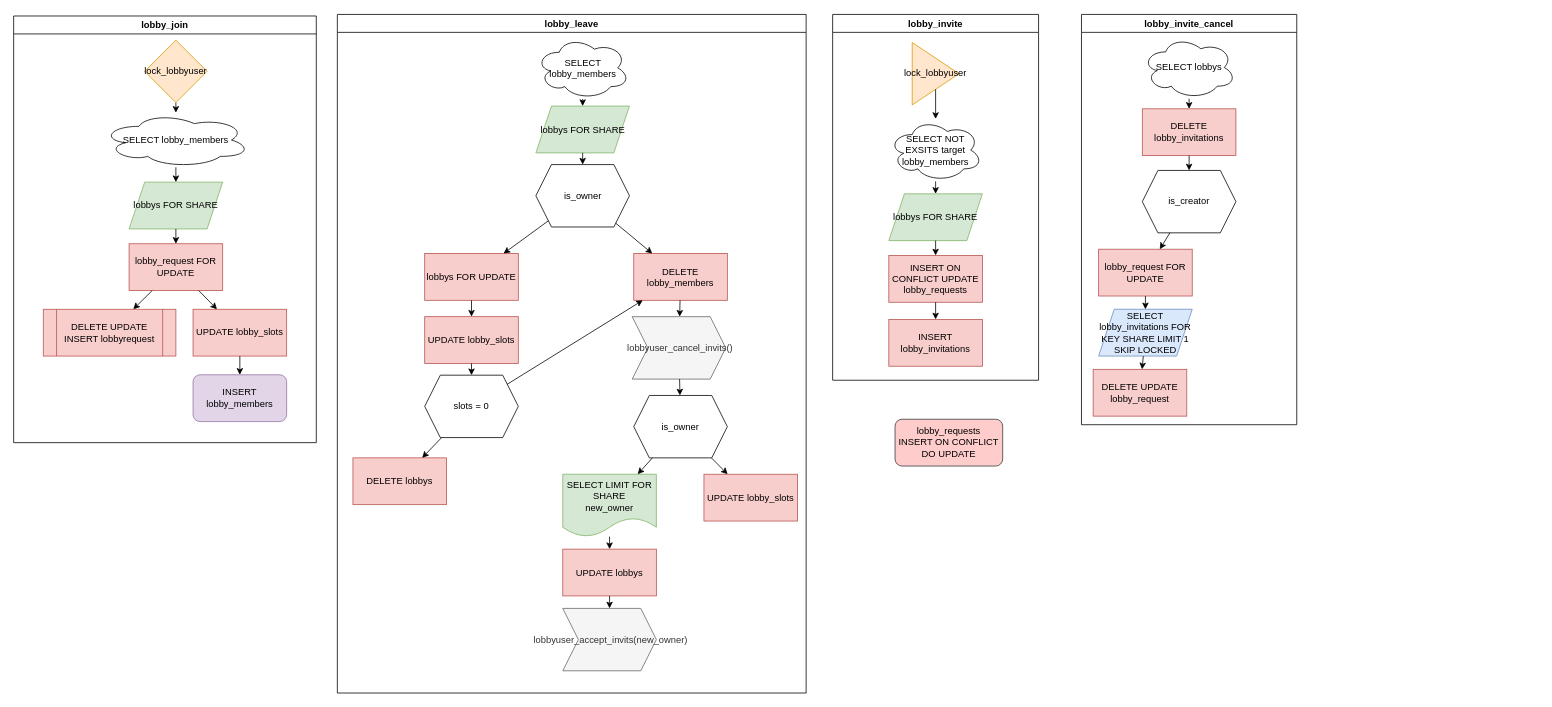
papawou/o_7 keeps this draw.io diagram as _bin/diagrams/locks.drawio. Above is the earlier version. Source tidied: cells renumbered, new cells numbered last; positions are measured from the earlier drawing's top-left corner, leaving out a move shared by most shapes. Both pictures are drawn from the tidied source at 78%, with x=0, y=0 at pixel (13, 14).
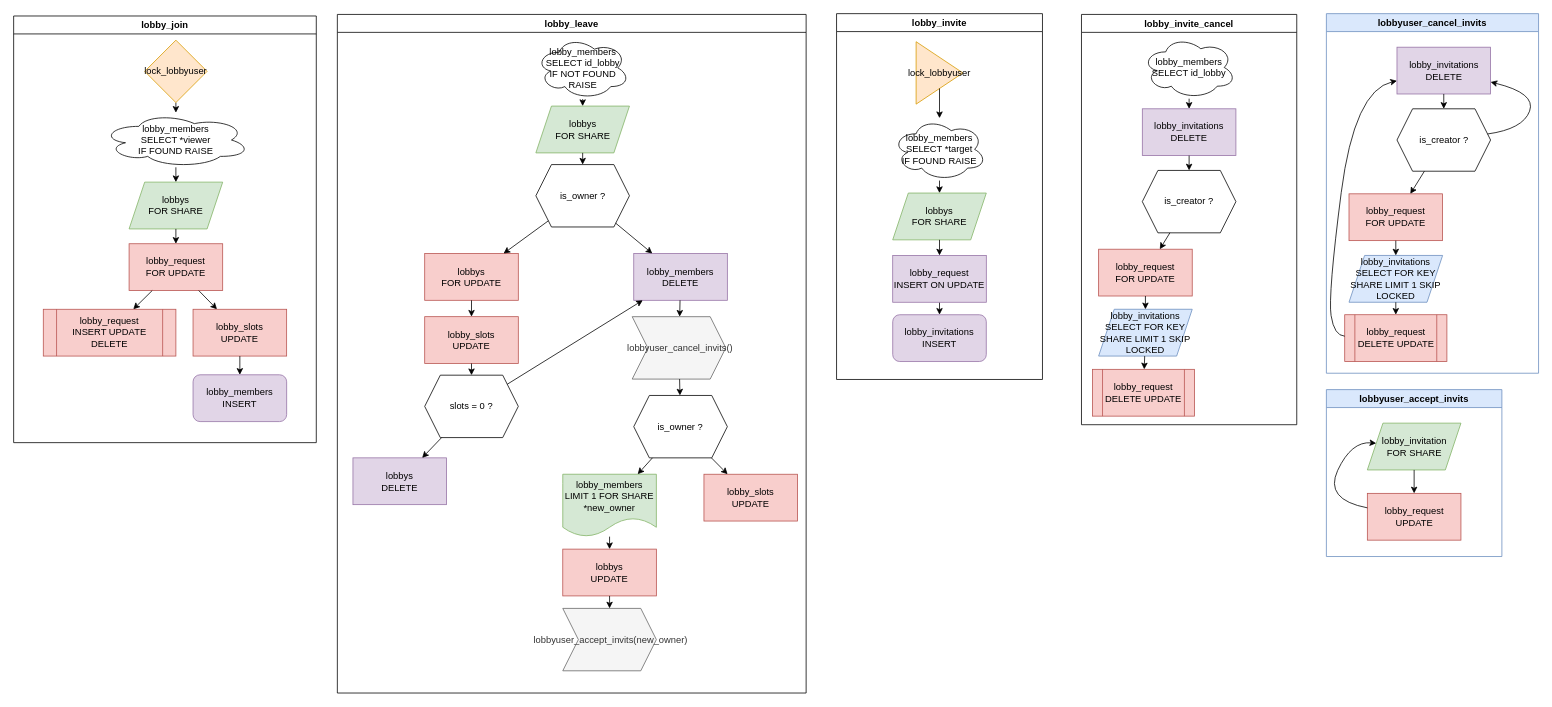
Above is the later version.

The change refers to these unchanged cells:
```xml
<mxCell id="2" value="lobby_join" style="swimlane;" parent="1" vertex="1">
  <mxGeometry y="2" width="388" height="547" as="geometry" />
</mxCell>
<mxCell id="16" value="lobby_leave" style="swimlane;" parent="1" vertex="1">
  <mxGeometry x="415" width="601" height="870" as="geometry" />
</mxCell>
<mxCell id="55" value="lobby_invite_cancel" style="swimlane;strokeColor=default;fillColor=default;" parent="1" vertex="1">
  <mxGeometry x="1369" width="276" height="526" as="geometry" />
</mxCell>
```

The edit, as a diff of the source:
```diff
@@
-    <mxCell id="3" value="SELECT lobby_members" style="ellipse;shape=cloud;whiteSpace=wrap;html=1;" parent="2" vertex="1">
+    <mxCell id="3" value="lobby_members&lt;br&gt;SELECT *viewer&lt;br&gt;IF FOUND RAISE" style="ellipse;shape=cloud;whiteSpace=wrap;html=1;" parent="2" vertex="1">
       <mxGeometry x="113" y="124" width="190" height="70" as="geometry" />
     </mxCell>
-    <mxCell id="4" value="lobbys FOR SHARE" style="shape=parallelogram;perimeter=parallelogramPerimeter;whiteSpace=wrap;html=1;fixedSize=1;fillColor=#d5e8d4;strokeColor=#82b366;" parent="2" vertex="1">
+    <mxCell id="4" value="lobbys&lt;br&gt;FOR SHARE" style="shape=parallelogram;perimeter=parallelogramPerimeter;whiteSpace=wrap;html=1;fixedSize=1;fillColor=#d5e8d4;strokeColor=#82b366;" parent="2" vertex="1">
       <mxGeometry x="148" y="213" width="120" height="60" as="geometry" />
     </mxCell>
-    <mxCell id="5" value="lobby_request FOR UPDATE" style="rounded=0;whiteSpace=wrap;html=1;fillColor=#f8cecc;strokeColor=#b85450;" parent="2" vertex="1">
+    <mxCell id="5" value="lobby_request&lt;br&gt;FOR UPDATE" style="rounded=0;whiteSpace=wrap;html=1;fillColor=#f8cecc;strokeColor=#b85450;" parent="2" vertex="1">
       <mxGeometry x="148" y="292" width="120" height="60" as="geometry" />
     </mxCell>
@@
-    <mxCell id="12" value="UPDATE lobby_slots" style="rounded=0;whiteSpace=wrap;html=1;fillColor=#f8cecc;strokeColor=#b85450;" parent="2" vertex="1">
+    <mxCell id="12" value="lobby_slots&lt;br&gt;UPDATE" style="rounded=0;whiteSpace=wrap;html=1;fillColor=#f8cecc;strokeColor=#b85450;" parent="2" vertex="1">
       <mxGeometry x="230" y="376" width="120" height="60" as="geometry" />
     </mxCell>
-    <mxCell id="13" value="INSERT lobby_members" style="rounded=1;whiteSpace=wrap;html=1;fillColor=#e1d5e7;strokeColor=#9673a6;" parent="2" vertex="1">
+    <mxCell id="13" value="lobby_members&lt;br&gt;INSERT" style="rounded=1;whiteSpace=wrap;html=1;fillColor=#e1d5e7;strokeColor=#9673a6;" parent="2" vertex="1">
       <mxGeometry x="230" y="460" width="120" height="60" as="geometry" />
     </mxCell>
@@
-    <mxCell id="15" value="DELETE UPDATE INSERT lobbyrequest" style="shape=process;whiteSpace=wrap;html=1;backgroundOutline=1;fillColor=#f8cecc;strokeColor=#b85450;" parent="2" vertex="1">
+    <mxCell id="15" value="lobby_request&lt;br&gt;INSERT UPDATE DELETE" style="shape=process;whiteSpace=wrap;html=1;backgroundOutline=1;fillColor=#f8cecc;strokeColor=#b85450;" parent="2" vertex="1">
       <mxGeometry x="38" y="376" width="170" height="60" as="geometry" />
     </mxCell>
@@
-    <mxCell id="17" value="SELECT lobby_members" style="ellipse;shape=cloud;whiteSpace=wrap;html=1;" parent="16" vertex="1">
+    <mxCell id="17" value="lobby_members&lt;br&gt;SELECT id_lobby&lt;br&gt;IF NOT FOUND RAISE" style="ellipse;shape=cloud;whiteSpace=wrap;html=1;" parent="16" vertex="1">
       <mxGeometry x="254.5" y="28.5" width="120" height="80" as="geometry" />
     </mxCell>
-    <mxCell id="18" value="lobbys FOR SHARE" style="shape=parallelogram;perimeter=parallelogramPerimeter;whiteSpace=wrap;html=1;fixedSize=1;fillColor=#d5e8d4;strokeColor=#82b366;" parent="16" vertex="1">
+    <mxCell id="18" value="lobbys&lt;br&gt;FOR SHARE" style="shape=parallelogram;perimeter=parallelogramPerimeter;whiteSpace=wrap;html=1;fixedSize=1;fillColor=#d5e8d4;strokeColor=#82b366;" parent="16" vertex="1">
       <mxGeometry x="254.5" y="117.5" width="120" height="60" as="geometry" />
     </mxCell>
-    <mxCell id="19" value="is_owner" style="shape=hexagon;perimeter=hexagonPerimeter2;whiteSpace=wrap;html=1;fixedSize=1;" parent="16" vertex="1">
+    <mxCell id="19" value="is_owner ?" style="shape=hexagon;perimeter=hexagonPerimeter2;whiteSpace=wrap;html=1;fixedSize=1;" parent="16" vertex="1">
       <mxGeometry x="254.5" y="192.5" width="120" height="80" as="geometry" />
     </mxCell>
-    <mxCell id="20" value="lobbys FOR UPDATE" style="rounded=0;whiteSpace=wrap;html=1;fillColor=#f8cecc;strokeColor=#b85450;" parent="16" vertex="1">
+    <mxCell id="20" value="lobbys&lt;br&gt;FOR UPDATE" style="rounded=0;whiteSpace=wrap;html=1;fillColor=#f8cecc;strokeColor=#b85450;" parent="16" vertex="1">
       <mxGeometry x="112" y="306.5" width="120" height="60" as="geometry" />
     </mxCell>
-    <mxCell id="21" value="UPDATE lobby_slots" style="rounded=0;whiteSpace=wrap;html=1;fillColor=#f8cecc;strokeColor=#b85450;" parent="16" vertex="1">
+    <mxCell id="21" value="lobby_slots&lt;br&gt;UPDATE" style="rounded=0;whiteSpace=wrap;html=1;fillColor=#f8cecc;strokeColor=#b85450;" parent="16" vertex="1">
       <mxGeometry x="112" y="387.5" width="120" height="60" as="geometry" />
     </mxCell>
-    <mxCell id="22" value="slots = 0" style="shape=hexagon;perimeter=hexagonPerimeter2;whiteSpace=wrap;html=1;fixedSize=1;" parent="16" vertex="1">
+    <mxCell id="22" value="slots = 0 ?" style="shape=hexagon;perimeter=hexagonPerimeter2;whiteSpace=wrap;html=1;fixedSize=1;" parent="16" vertex="1">
       <mxGeometry x="112" y="462.5" width="120" height="80" as="geometry" />
     </mxCell>
-    <mxCell id="23" value="DELETE lobbys" style="rounded=0;whiteSpace=wrap;html=1;fillColor=#f8cecc;strokeColor=#b85450;" parent="16" vertex="1">
+    <mxCell id="23" value="lobbys&lt;br&gt;DELETE" style="rounded=0;whiteSpace=wrap;html=1;fillColor=#e1d5e7;strokeColor=#9673a6;" parent="16" vertex="1">
       <mxGeometry x="20" y="568.5" width="120" height="60" as="geometry" />
     </mxCell>
-    <mxCell id="24" value="DELETE lobby_members" style="rounded=0;whiteSpace=wrap;html=1;fillColor=#f8cecc;strokeColor=#b85450;" parent="16" vertex="1">
+    <mxCell id="24" value="lobby_members&lt;br&gt;DELETE" style="rounded=0;whiteSpace=wrap;html=1;fillColor=#e1d5e7;strokeColor=#9673a6;" parent="16" vertex="1">
       <mxGeometry x="380" y="306.5" width="120" height="60" as="geometry" />
     </mxCell>
@@
-    <mxCell id="34" value="is_owner" style="shape=hexagon;perimeter=hexagonPerimeter2;whiteSpace=wrap;html=1;fixedSize=1;" parent="16" vertex="1">
+    <mxCell id="34" value="is_owner ?" style="shape=hexagon;perimeter=hexagonPerimeter2;whiteSpace=wrap;html=1;fixedSize=1;" parent="16" vertex="1">
       <mxGeometry x="380" y="488.5" width="120" height="80" as="geometry" />
     </mxCell>
-    <mxCell id="35" value="SELECT LIMIT FOR SHARE&lt;br&gt;new_owner" style="shape=document;whiteSpace=wrap;html=1;boundedLbl=1;fillColor=#d5e8d4;strokeColor=#82b366;" parent="16" vertex="1">
+    <mxCell id="35" value="lobby_members&lt;br&gt;LIMIT 1 FOR SHARE&lt;br&gt;*new_owner" style="shape=document;whiteSpace=wrap;html=1;boundedLbl=1;fillColor=#d5e8d4;strokeColor=#82b366;" parent="16" vertex="1">
       <mxGeometry x="289" y="589.5" width="120" height="80" as="geometry" />
     </mxCell>
-    <mxCell id="36" value="UPDATE lobbys" style="rounded=0;whiteSpace=wrap;html=1;fillColor=#f8cecc;strokeColor=#b85450;" parent="16" vertex="1">
+    <mxCell id="36" value="lobbys&lt;br&gt;UPDATE" style="rounded=0;whiteSpace=wrap;html=1;fillColor=#f8cecc;strokeColor=#b85450;" parent="16" vertex="1">
       <mxGeometry x="289" y="685.5" width="120" height="60" as="geometry" />
     </mxCell>
@@
-    <mxCell id="38" value="UPDATE lobby_slots" style="rounded=0;whiteSpace=wrap;html=1;fillColor=#f8cecc;strokeColor=#b85450;" parent="16" vertex="1">
+    <mxCell id="38" value="lobby_slots&lt;br&gt;UPDATE" style="rounded=0;whiteSpace=wrap;html=1;fillColor=#f8cecc;strokeColor=#b85450;" parent="16" vertex="1">
       <mxGeometry x="470" y="589.5" width="120" height="60" as="geometry" />
     </mxCell>
@@
     <mxCell id="45" value="lobby_invite" style="swimlane;" parent="1" vertex="1">
-      <mxGeometry x="1050" width="264" height="469" as="geometry" />
+      <mxGeometry x="1055" y="-1" width="264" height="469" as="geometry" />
     </mxCell>
@@
-    <mxCell id="47" value="SELECT NOT EXSITS target lobby_members" style="ellipse;shape=cloud;whiteSpace=wrap;html=1;strokeColor=default;fillColor=default;" parent="45" vertex="1">
+    <mxCell id="47" value="lobby_members&lt;br&gt;SELECT *target&lt;br&gt;IF FOUND RAISE" style="ellipse;shape=cloud;whiteSpace=wrap;html=1;strokeColor=default;fillColor=default;" parent="45" vertex="1">
       <mxGeometry x="72" y="134" width="120" height="80" as="geometry" />
     </mxCell>
-    <mxCell id="48" value="lobbys FOR SHARE" style="shape=parallelogram;perimeter=parallelogramPerimeter;whiteSpace=wrap;html=1;fixedSize=1;strokeColor=#82b366;fillColor=#d5e8d4;" parent="45" vertex="1">
+    <mxCell id="48" value="lobbys&lt;br&gt;FOR SHARE" style="shape=parallelogram;perimeter=parallelogramPerimeter;whiteSpace=wrap;html=1;fixedSize=1;strokeColor=#82b366;fillColor=#d5e8d4;" parent="45" vertex="1">
       <mxGeometry x="72" y="230" width="120" height="60" as="geometry" />
     </mxCell>
-    <mxCell id="49" value="INSERT ON CONFLICT UPDATE&lt;br&gt;lobby_requests" style="rounded=0;whiteSpace=wrap;html=1;strokeColor=#b85450;fillColor=#f8cecc;" parent="45" vertex="1">
-      <mxGeometry x="72" y="309" width="120" height="60" as="geometry" />
-    </mxCell>
-    <mxCell id="50" value="INSERT lobby_invitations" style="rounded=0;whiteSpace=wrap;html=1;strokeColor=#b85450;fillColor=#f8cecc;" parent="45" vertex="1">
-      <mxGeometry x="72" y="391" width="120" height="60" as="geometry" />
-    </mxCell>
@@
-    <mxCell id="53" style="endArrow=classic;html=1;rounded=0;" parent="45" edge="1" source="48" target="49">
+    <mxCell id="53" style="endArrow=classic;html=1;rounded=0;" parent="45" edge="1" source="48" target="69">
       <mxGeometry relative="1" as="geometry" />
     </mxCell>
-    <mxCell id="54" style="endArrow=classic;html=1;rounded=0;" parent="45" edge="1" source="49" target="50">
+    <mxCell id="54" style="endArrow=classic;html=1;rounded=0;" parent="45" edge="1" source="69" target="68">
       <mxGeometry relative="1" as="geometry" />
     </mxCell>
+    <mxCell id="68" value="lobby_invitations&lt;br&gt;INSERT" style="rounded=1;whiteSpace=wrap;html=1;strokeColor=#9673a6;fillColor=#e1d5e7;gradientDirection=north;" parent="45" vertex="1">
+      <mxGeometry x="72" y="386" width="120" height="60" as="geometry" />
+    </mxCell>
+    <mxCell id="69" value="lobby_request&lt;br&gt;INSERT ON UPDATE" style="rounded=0;whiteSpace=wrap;html=1;strokeColor=#9673a6;fillColor=#e1d5e7;" parent="45" vertex="1">
+      <mxGeometry x="72" y="310" width="120" height="60" as="geometry" />
+    </mxCell>
@@
-    <mxCell id="56" value="SELECT lobbys" style="ellipse;shape=cloud;whiteSpace=wrap;html=1;strokeColor=default;fillColor=default;" parent="55" vertex="1">
+    <mxCell id="56" value="lobby_members&lt;br&gt;SELECT id_lobby" style="ellipse;shape=cloud;whiteSpace=wrap;html=1;strokeColor=default;fillColor=default;" parent="55" vertex="1">
       <mxGeometry x="78" y="28" width="120" height="80" as="geometry" />
     </mxCell>
-    <mxCell id="57" value="DELETE lobby_invitations" style="rounded=0;whiteSpace=wrap;html=1;strokeColor=#b85450;fillColor=#f8cecc;" parent="55" vertex="1">
+    <mxCell id="57" value="lobby_invitations&lt;br&gt;DELETE" style="rounded=0;whiteSpace=wrap;html=1;strokeColor=#9673a6;fillColor=#e1d5e7;" parent="55" vertex="1">
       <mxGeometry x="78" y="121" width="120" height="60" as="geometry" />
     </mxCell>
@@
-    <mxCell id="59" value="DELETE UPDATE lobby_request" style="rounded=0;whiteSpace=wrap;html=1;strokeColor=#b85450;fillColor=#f8cecc;" parent="55" vertex="1">
-      <mxGeometry x="15" y="455" width="120" height="60" as="geometry" />
-    </mxCell>
-    <mxCell id="60" value="SELECT lobby_invitations FOR KEY SHARE LIMIT 1 SKIP LOCKED" style="shape=parallelogram;perimeter=parallelogramPerimeter;whiteSpace=wrap;html=1;fixedSize=1;strokeColor=#6c8ebf;fillColor=#dae8fc;" parent="55" vertex="1">
+    <mxCell id="60" value="lobby_invitations&lt;br&gt;SELECT FOR KEY SHARE LIMIT 1 SKIP LOCKED" style="shape=parallelogram;perimeter=parallelogramPerimeter;whiteSpace=wrap;html=1;fixedSize=1;strokeColor=#6c8ebf;fillColor=#dae8fc;" parent="55" vertex="1">
       <mxGeometry x="22" y="378" width="120" height="60" as="geometry" />
     </mxCell>
-    <mxCell id="61" value="lobby_request FOR UPDATE" style="rounded=0;whiteSpace=wrap;html=1;strokeColor=#b85450;fillColor=#f8cecc;" parent="55" vertex="1">
+    <mxCell id="61" value="lobby_request&lt;br&gt;FOR UPDATE" style="rounded=0;whiteSpace=wrap;html=1;strokeColor=#b85450;fillColor=#f8cecc;" parent="55" vertex="1">
       <mxGeometry x="22" y="301" width="120" height="60" as="geometry" />
     </mxCell>
@@
-    <mxCell id="63" style="endArrow=classic;html=1;rounded=0;" parent="55" edge="1" source="60" target="59">
+    <mxCell id="63" style="endArrow=classic;html=1;rounded=0;" parent="55" edge="1" source="60" target="70">
       <mxGeometry relative="1" as="geometry" />
     </mxCell>
-    <mxCell id="64" value="is_creator" style="shape=hexagon;perimeter=hexagonPerimeter2;whiteSpace=wrap;html=1;fixedSize=1;strokeColor=default;fillColor=default;" parent="55" vertex="1">
+    <mxCell id="64" value="is_creator ?" style="shape=hexagon;perimeter=hexagonPerimeter2;whiteSpace=wrap;html=1;fixedSize=1;strokeColor=default;fillColor=default;" parent="55" vertex="1">
       <mxGeometry x="78" y="200" width="120" height="80" as="geometry" />
     </mxCell>
@@
-    <mxCell id="67" value="lobby_requests&lt;br&gt;INSERT ON CONFLICT DO UPDATE" style="rounded=1;whiteSpace=wrap;html=1;strokeColor=#36393d;fillColor=#ffcccc;gradientDirection=north;" parent="1" vertex="1">
-      <mxGeometry x="1130" y="519" width="138" height="60" as="geometry" />
-    </mxCell>
+    <mxCell id="70" value="lobby_request&lt;br&gt;DELETE UPDATE" style="shape=process;whiteSpace=wrap;html=1;backgroundOutline=1;strokeColor=#b85450;fillColor=#f8cecc;gradientDirection=north;" parent="55" vertex="1">
+      <mxGeometry x="14" y="455" width="131" height="60" as="geometry" />
+    </mxCell>
+    <mxCell id="71" value="lobbyuser_cancel_invits" style="swimlane;strokeColor=#6c8ebf;fillColor=#dae8fc;gradientDirection=north;" parent="1" vertex="1">
+      <mxGeometry x="1683" y="-1" width="272" height="461" as="geometry" />
+    </mxCell>
+    <mxCell id="72" value="lobby_invitations&lt;br&gt;DELETE" style="rounded=0;whiteSpace=wrap;html=1;strokeColor=#9673a6;fillColor=#e1d5e7;" parent="71" vertex="1">
+      <mxGeometry x="90.5" y="43" width="120" height="60" as="geometry" />
+    </mxCell>
+    <mxCell id="73" value="lobby_invitations&lt;br&gt;SELECT FOR KEY SHARE LIMIT 1 SKIP LOCKED" style="shape=parallelogram;perimeter=parallelogramPerimeter;whiteSpace=wrap;html=1;fixedSize=1;strokeColor=#6c8ebf;fillColor=#dae8fc;" parent="71" vertex="1">
+      <mxGeometry x="29" y="310" width="120" height="60" as="geometry" />
+    </mxCell>
+    <mxCell id="74" value="lobby_request&lt;br&gt;FOR UPDATE" style="rounded=0;whiteSpace=wrap;html=1;strokeColor=#b85450;fillColor=#f8cecc;" parent="71" vertex="1">
+      <mxGeometry x="29" y="231" width="120" height="60" as="geometry" />
+    </mxCell>
+    <mxCell id="75" style="endArrow=classic;html=1;rounded=0;exitX=0.5;exitY=1;exitDx=0;exitDy=0;" parent="71" edge="1" source="74" target="73">
+      <mxGeometry relative="1" as="geometry" />
+    </mxCell>
+    <mxCell id="76" style="endArrow=classic;html=1;rounded=0;" parent="71" edge="1" source="73" target="80">
+      <mxGeometry relative="1" as="geometry" />
+    </mxCell>
+    <mxCell id="77" value="is_creator ?" style="shape=hexagon;perimeter=hexagonPerimeter2;whiteSpace=wrap;html=1;fixedSize=1;strokeColor=default;fillColor=default;" parent="71" vertex="1">
+      <mxGeometry x="90.5" y="122" width="120" height="80" as="geometry" />
+    </mxCell>
+    <mxCell id="78" style="endArrow=classic;html=1;rounded=0;" parent="71" edge="1" source="72" target="77">
+      <mxGeometry relative="1" as="geometry" />
+    </mxCell>
+    <mxCell id="79" style="endArrow=classic;html=1;rounded=0;" parent="71" edge="1" source="77" target="74">
+      <mxGeometry relative="1" as="geometry" />
+    </mxCell>
+    <mxCell id="80" value="lobby_request&lt;br&gt;DELETE UPDATE" style="shape=process;whiteSpace=wrap;html=1;backgroundOutline=1;strokeColor=#b85450;fillColor=#f8cecc;gradientDirection=north;" parent="71" vertex="1">
+      <mxGeometry x="23.5" y="386" width="131" height="60" as="geometry" />
+    </mxCell>
+    <mxCell id="81" style="curved=1;endArrow=classic;html=1;rounded=0;" parent="71" edge="1" source="77" target="72">
+      <mxGeometry relative="1" as="geometry">
+        <Array as="points">
+          <mxPoint x="252" y="148" />
+          <mxPoint x="269" y="102" />
+        </Array>
+      </mxGeometry>
+    </mxCell>
+    <mxCell id="82" style="curved=1;endArrow=classic;html=1;rounded=0;" parent="71" edge="1" source="80" target="72">
+      <mxGeometry relative="1" as="geometry">
+        <Array as="points">
+          <mxPoint x="10" y="413" />
+          <mxPoint x="2" y="361" />
+          <mxPoint x="36" y="98" />
+        </Array>
+      </mxGeometry>
+    </mxCell>
+    <mxCell id="83" value="lobbyuser_accept_invits" style="swimlane;strokeColor=#6c8ebf;fillColor=#dae8fc;gradientDirection=north;startSize=23;" parent="1" vertex="1">
+      <mxGeometry x="1683" y="481" width="225" height="214" as="geometry" />
+    </mxCell>
+    <mxCell id="84" value="lobby_invitation&lt;br&gt;FOR SHARE" style="shape=parallelogram;perimeter=parallelogramPerimeter;whiteSpace=wrap;html=1;fixedSize=1;strokeColor=#82b366;fillColor=#d5e8d4;gradientDirection=north;" parent="83" vertex="1">
+      <mxGeometry x="52.5" y="43" width="120" height="60" as="geometry" />
+    </mxCell>
+    <mxCell id="85" value="lobby_request&lt;br&gt;UPDATE" style="rounded=0;whiteSpace=wrap;html=1;strokeColor=#b85450;fillColor=#f8cecc;gradientDirection=north;" parent="83" vertex="1">
+      <mxGeometry x="52.5" y="133" width="120" height="60" as="geometry" />
+    </mxCell>
+    <mxCell id="86" style="curved=1;endArrow=classic;html=1;rounded=0;" parent="83" edge="1" source="85" target="84">
+      <mxGeometry relative="1" as="geometry">
+        <Array as="points">
+          <mxPoint x="-3" y="141" />
+          <mxPoint x="32" y="66" />
+        </Array>
+      </mxGeometry>
+    </mxCell>
+    <mxCell id="87" style="endArrow=classic;html=1;rounded=0;" parent="83" edge="1" source="84" target="85">
+      <mxGeometry relative="1" as="geometry" />
+    </mxCell>
```
